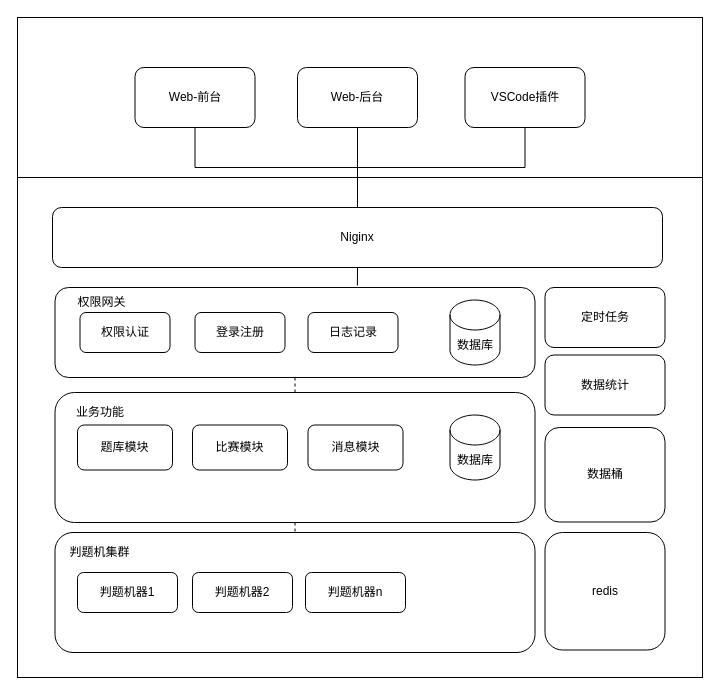
Above: docs/draw/sys.drawio in learning-hub/learning-hub (draw.io), before the change. Source tidied: cells renumbered, new cells numbered last; positions are measured from the earlier drawing's top-left corner, leaving out a move shared by most shapes. Both pictures are drawn from the tidied source at 100%, with x=0, y=0 at pixel (17, 17).
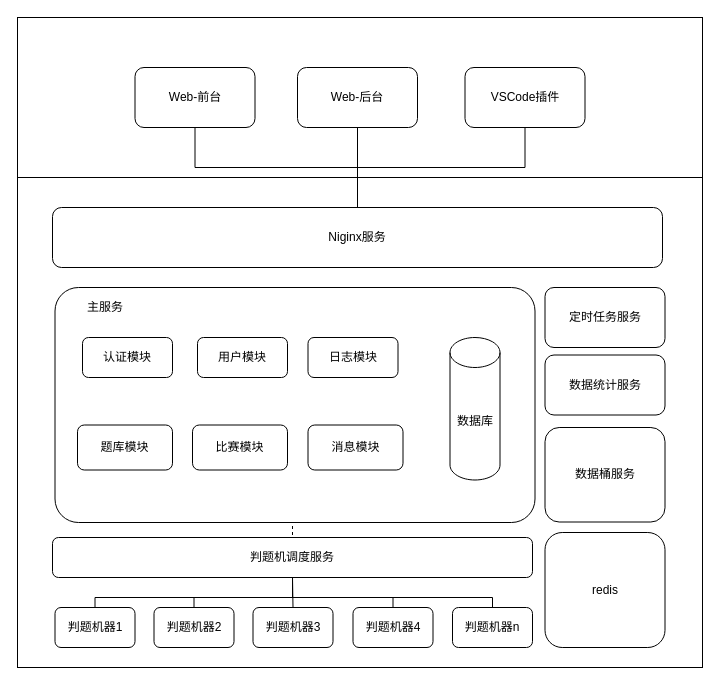
Above is the later version.

The edit, as a diff of the source:
```diff
@@
     <mxCell id="2" style="rounded=0;whiteSpace=wrap;html=1;" parent="1" vertex="1">
-      <mxGeometry y="160" width="685" height="500" as="geometry" />
+      <mxGeometry y="160" width="685" height="490" as="geometry" />
     </mxCell>
@@
-    <mxCell id="10" style="edgeStyle=orthogonalEdgeStyle;rounded=0;sketch=0;jettySize=auto;html=1;exitX=0.5;exitY=1;exitDx=0;exitDy=0;entryX=0.5;entryY=0;entryDx=0;entryDy=0;endArrow=none;endFill=0;dashed=1;" parent="1" edge="1" source="11" target="13">
-      <mxGeometry relative="1" as="geometry" />
-    </mxCell>
-    <mxCell id="11" style="rounded=1;whiteSpace=wrap;html=1;" parent="1" vertex="1">
-      <mxGeometry x="37.5" y="270" width="480" height="90" as="geometry" />
-    </mxCell>
-    <mxCell id="12" style="edgeStyle=orthogonalEdgeStyle;rounded=0;sketch=0;jettySize=auto;html=1;exitX=0.5;exitY=1;exitDx=0;exitDy=0;entryX=0.5;entryY=0;entryDx=0;entryDy=0;dashed=1;endArrow=none;endFill=0;" parent="1" edge="1" source="13" target="14">
-      <mxGeometry relative="1" as="geometry" />
-    </mxCell>
+    <mxCell id="35" style="edgeStyle=orthogonalEdgeStyle;rounded=0;jettySize=auto;html=1;exitX=0.5;exitY=1;exitDx=0;exitDy=0;entryX=0.5;entryY=0;entryDx=0;entryDy=0;endArrow=none;endFill=0;dashed=1;" parent="1" edge="1" source="13" target="15">
+      <mxGeometry relative="1" as="geometry" />
+    </mxCell>
-    <mxCell id="13" style="rounded=1;whiteSpace=wrap;html=1;" parent="1" vertex="1">
-      <mxGeometry x="37.5" y="375" width="480" height="130" as="geometry" />
+    <mxCell id="13" style="rounded=1;whiteSpace=wrap;html=1;arcSize=10;" parent="1" vertex="1">
+      <mxGeometry x="37.5" y="270" width="480" height="235" as="geometry" />
     </mxCell>
-    <mxCell id="14" style="rounded=1;whiteSpace=wrap;html=1;" parent="1" vertex="1">
-      <mxGeometry x="37.5" y="515" width="480" height="120" as="geometry" />
-    </mxCell>
+    <mxCell id="36" style="edgeStyle=orthogonalEdgeStyle;rounded=0;jettySize=auto;html=1;exitX=0.5;exitY=1;exitDx=0;exitDy=0;entryX=0.5;entryY=0;entryDx=0;entryDy=0;endArrow=none;endFill=0;" parent="1" edge="1" source="15" target="16">
+      <mxGeometry relative="1" as="geometry" />
+    </mxCell>
+    <mxCell id="37" style="edgeStyle=orthogonalEdgeStyle;rounded=0;jettySize=auto;html=1;exitX=0.5;exitY=1;exitDx=0;exitDy=0;entryX=0.5;entryY=0;entryDx=0;entryDy=0;endArrow=none;endFill=0;" parent="1" edge="1" source="15" target="41">
+      <mxGeometry relative="1" as="geometry" />
+    </mxCell>
+    <mxCell id="38" style="edgeStyle=orthogonalEdgeStyle;rounded=0;jettySize=auto;html=1;exitX=0.5;exitY=1;exitDx=0;exitDy=0;entryX=0.5;entryY=0;entryDx=0;entryDy=0;endArrow=none;endFill=0;" parent="1" edge="1" source="15" target="42">
+      <mxGeometry relative="1" as="geometry" />
+    </mxCell>
+    <mxCell id="39" style="edgeStyle=orthogonalEdgeStyle;rounded=0;jettySize=auto;html=1;exitX=0.5;exitY=1;exitDx=0;exitDy=0;entryX=0.5;entryY=0;entryDx=0;entryDy=0;endArrow=none;endFill=0;" parent="1" edge="1" source="15" target="43">
+      <mxGeometry relative="1" as="geometry" />
+    </mxCell>
+    <mxCell id="40" style="edgeStyle=orthogonalEdgeStyle;rounded=0;jettySize=auto;html=1;exitX=0.5;exitY=1;exitDx=0;exitDy=0;entryX=0.5;entryY=0;entryDx=0;entryDy=0;endArrow=none;endFill=0;" parent="1" edge="1" source="15" target="17">
+      <mxGeometry relative="1" as="geometry" />
+    </mxCell>
-    <mxCell id="15" value="判题机器1" style="rounded=1;whiteSpace=wrap;html=1;" parent="1" vertex="1">
-      <mxGeometry x="60" y="555" width="100" height="40" as="geometry" />
+    <mxCell id="15" value="判题机调度服务" style="rounded=1;whiteSpace=wrap;html=1;" parent="1" vertex="1">
+      <mxGeometry x="35" y="520" width="480" height="40" as="geometry" />
     </mxCell>
-    <mxCell id="16" value="判题机器2" style="rounded=1;whiteSpace=wrap;html=1;" parent="1" vertex="1">
-      <mxGeometry x="175" y="555" width="100" height="40" as="geometry" />
+    <mxCell id="16" value="判题机器1" style="rounded=1;whiteSpace=wrap;html=1;" parent="1" vertex="1">
+      <mxGeometry x="37.5" y="590" width="80" height="40" as="geometry" />
     </mxCell>
-    <mxCell id="17" value="判题机器n" style="rounded=1;whiteSpace=wrap;html=1;" parent="1" vertex="1">
-      <mxGeometry x="288" y="555" width="100" height="40" as="geometry" />
-    </mxCell>
-    <mxCell id="18" value="判题机集群" style="text;html=1;strokeColor=none;fillColor=none;align=center;verticalAlign=middle;whiteSpace=wrap;rounded=0;" parent="1" vertex="1">
-      <mxGeometry x="45" y="525" width="75" height="20" as="geometry" />
-    </mxCell>
-    <mxCell id="19" value="业务功能" style="text;html=1;strokeColor=none;fillColor=none;align=center;verticalAlign=middle;whiteSpace=wrap;rounded=0;" parent="1" vertex="1">
-      <mxGeometry x="52.5" y="385" width="60" height="20" as="geometry" />
+    <mxCell id="19" value="主服务" style="text;html=1;strokeColor=none;fillColor=none;align=center;verticalAlign=middle;whiteSpace=wrap;rounded=0;" parent="1" vertex="1">
+      <mxGeometry x="57.5" y="280" width="60" height="20" as="geometry" />
     </mxCell>
-    <mxCell id="20" value="权限认证" style="rounded=1;whiteSpace=wrap;html=1;" parent="1" vertex="1">
-      <mxGeometry x="62.5" y="295" width="90" height="40" as="geometry" />
+    <mxCell id="20" value="认证模块" style="rounded=1;whiteSpace=wrap;html=1;" parent="1" vertex="1">
+      <mxGeometry x="65" y="320" width="90" height="40" as="geometry" />
     </mxCell>
-    <mxCell id="21" value="登录注册" style="rounded=1;whiteSpace=wrap;html=1;" parent="1" vertex="1">
-      <mxGeometry x="177.5" y="295" width="90" height="40" as="geometry" />
+    <mxCell id="21" value="用户模块" style="rounded=1;whiteSpace=wrap;html=1;" parent="1" vertex="1">
+      <mxGeometry x="180" y="320" width="90" height="40" as="geometry" />
     </mxCell>
-    <mxCell id="22" value="日志记录" style="rounded=1;whiteSpace=wrap;html=1;" parent="1" vertex="1">
-      <mxGeometry x="290.5" y="295" width="90" height="40" as="geometry" />
+    <mxCell id="22" value="日志模块" style="rounded=1;whiteSpace=wrap;html=1;" parent="1" vertex="1">
+      <mxGeometry x="290.5" y="320" width="90" height="40" as="geometry" />
     </mxCell>
-    <mxCell id="23" value="权限网关" style="text;html=1;strokeColor=none;fillColor=none;align=center;verticalAlign=middle;whiteSpace=wrap;rounded=0;" parent="1" vertex="1">
-      <mxGeometry x="52.5" y="275" width="62.5" height="20" as="geometry" />
-    </mxCell>
@@
     <mxCell id="27" value="数据库" style="shape=cylinder3;whiteSpace=wrap;html=1;boundedLbl=1;backgroundOutline=1;size=15;" parent="1" vertex="1">
-      <mxGeometry x="432.5" y="397.5" width="50" height="65" as="geometry" />
+      <mxGeometry x="432.5" y="320" width="50" height="142.5" as="geometry" />
     </mxCell>
-    <mxCell id="28" value="数据库" style="shape=cylinder3;whiteSpace=wrap;html=1;boundedLbl=1;backgroundOutline=1;size=15;" parent="1" vertex="1">
-      <mxGeometry x="432.5" y="282.5" width="50" height="65" as="geometry" />
-    </mxCell>
-    <mxCell id="29" value="定时任务" style="rounded=1;whiteSpace=wrap;html=1;" parent="1" vertex="1">
+    <mxCell id="29" value="定时任务服务" style="rounded=1;whiteSpace=wrap;html=1;" parent="1" vertex="1">
       <mxGeometry x="527.5" y="270" width="120" height="60" as="geometry" />
     </mxCell>
     <mxCell id="30" value="redis" style="rounded=1;whiteSpace=wrap;html=1;" parent="1" vertex="1">
-      <mxGeometry x="527.5" y="515" width="120" height="117.5" as="geometry" />
+      <mxGeometry x="527.5" y="515" width="120" height="115" as="geometry" />
     </mxCell>
-    <mxCell id="31" style="edgeStyle=orthogonalEdgeStyle;rounded=0;sketch=0;jettySize=auto;html=1;exitX=0.5;exitY=1;exitDx=0;exitDy=0;entryX=0.63;entryY=-0.022;entryDx=0;entryDy=0;entryPerimeter=0;endArrow=none;endFill=0;" parent="1" edge="1" source="32" target="11">
-      <mxGeometry relative="1" as="geometry" />
-    </mxCell>
-    <mxCell id="32" value="Niginx" style="rounded=1;whiteSpace=wrap;html=1;" parent="1" vertex="1">
+    <mxCell id="32" value="Niginx服务" style="rounded=1;whiteSpace=wrap;html=1;" parent="1" vertex="1">
       <mxGeometry x="35" y="190" width="610" height="60" as="geometry" />
     </mxCell>
-    <mxCell id="33" value="数据桶" style="rounded=1;whiteSpace=wrap;html=1;" parent="1" vertex="1">
+    <mxCell id="33" value="数据桶服务" style="rounded=1;whiteSpace=wrap;html=1;" parent="1" vertex="1">
       <mxGeometry x="527.5" y="410" width="120" height="94.5" as="geometry" />
     </mxCell>
-    <mxCell id="34" value="数据统计" style="rounded=1;whiteSpace=wrap;html=1;" parent="1" vertex="1">
+    <mxCell id="34" value="数据统计服务" style="rounded=1;whiteSpace=wrap;html=1;" parent="1" vertex="1">
       <mxGeometry x="527.5" y="337.5" width="120" height="60" as="geometry" />
     </mxCell>
+    <mxCell id="41" value="判题机器2" style="rounded=1;whiteSpace=wrap;html=1;" parent="1" vertex="1">
+      <mxGeometry x="136.5" y="590" width="80" height="40" as="geometry" />
+    </mxCell>
+    <mxCell id="42" value="判题机器3" style="rounded=1;whiteSpace=wrap;html=1;" parent="1" vertex="1">
+      <mxGeometry x="235.5" y="590" width="80" height="40" as="geometry" />
+    </mxCell>
+    <mxCell id="43" value="判题机器4" style="rounded=1;whiteSpace=wrap;html=1;" parent="1" vertex="1">
+      <mxGeometry x="335.5" y="590" width="80" height="40" as="geometry" />
+    </mxCell>
+    <mxCell id="17" value="判题机器n" style="rounded=1;whiteSpace=wrap;html=1;" parent="1" vertex="1">
+      <mxGeometry x="435" y="590" width="80" height="40" as="geometry" />
+    </mxCell>
```
